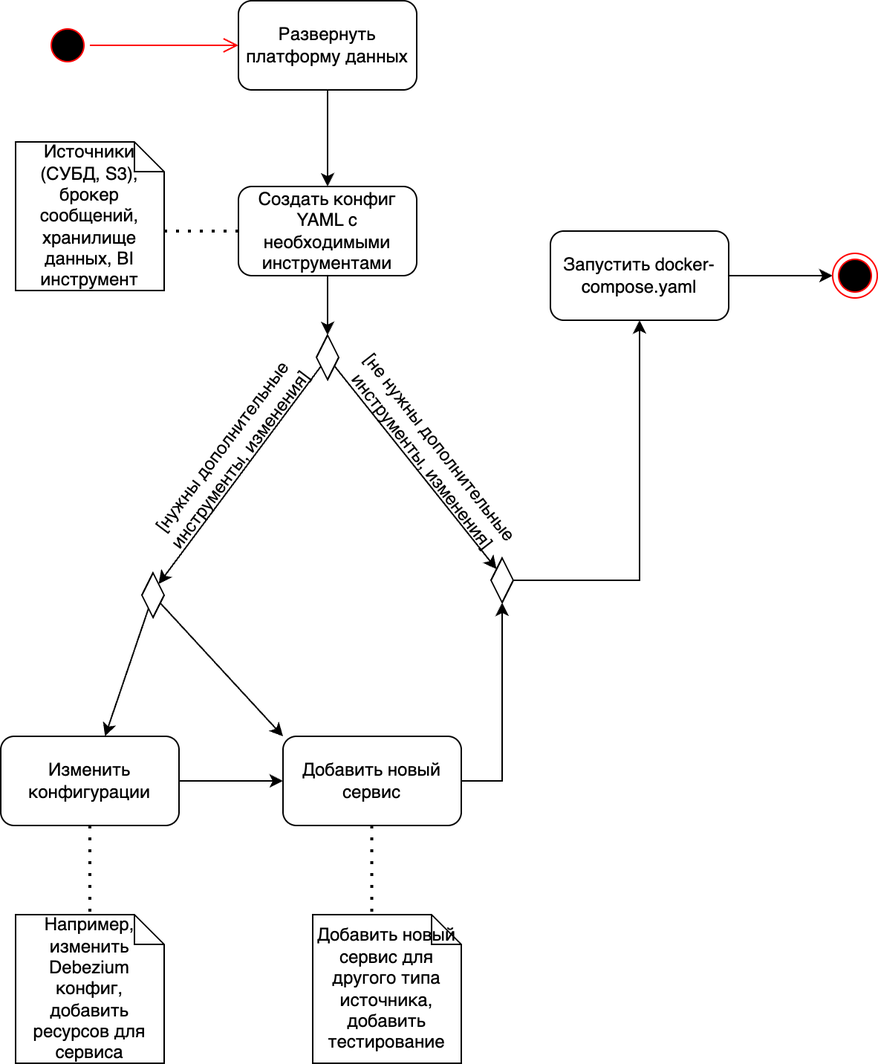
This is my_folder/images/diagram_activity.png from ilssaf/bachelor-diploma, a draw.io export, as it was before one commit. Source tidied: cells renumbered, new cells last; positions are measured from the earlier drawing's top-left corner, leaving out a move shared by most shapes.
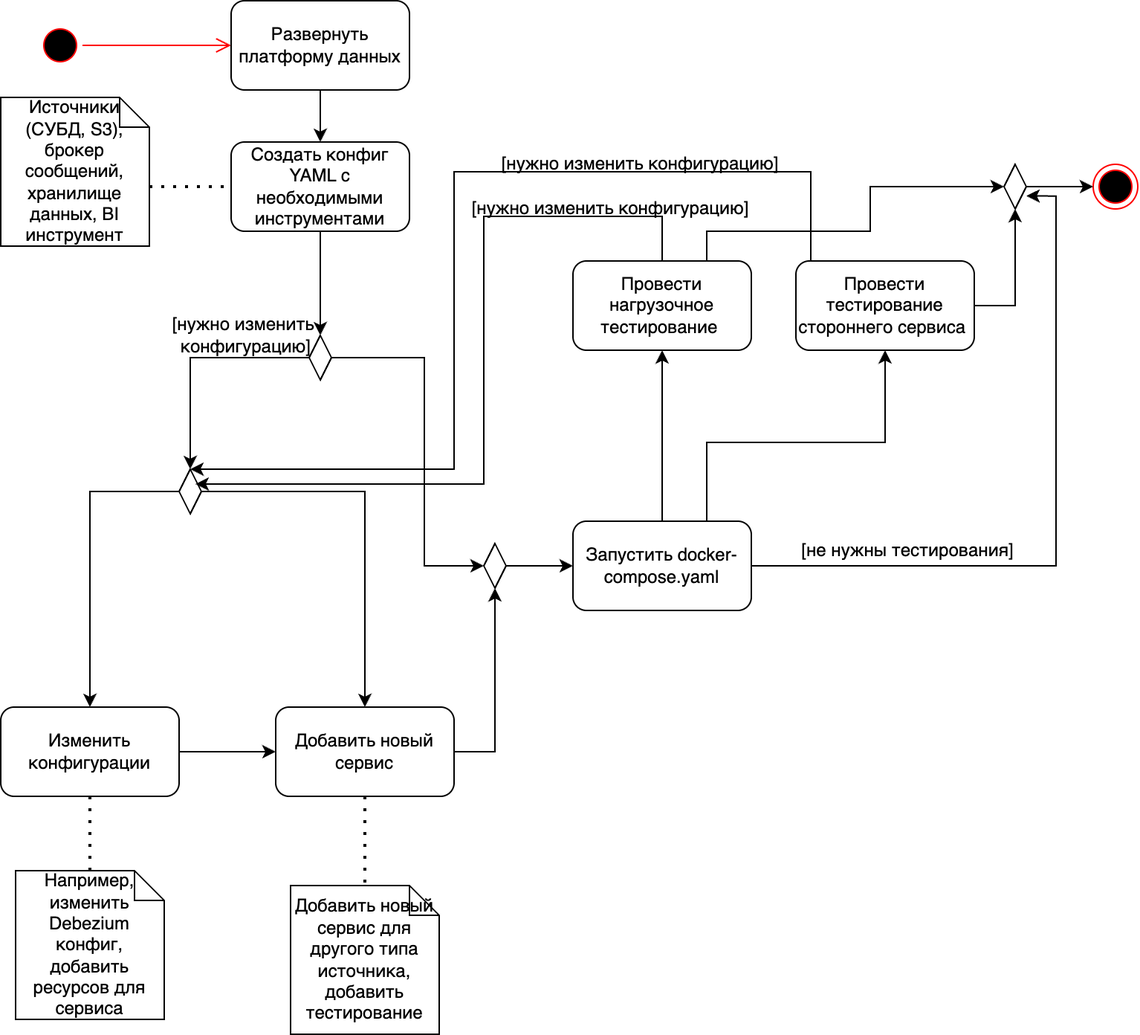
After the commit.

Diff of the diagram source:
```diff
@@ -2,17 +2,18 @@
   <root>
     <mxCell id="0" />
     <mxCell id="1" parent="0" />
+    <mxCell id="31" style="edgeStyle=orthogonalEdgeStyle;rounded=0;jettySize=auto;html=1;entryX=1.006;entryY=0.709;entryDx=0;entryDy=0;entryPerimeter=0;" parent="1" edge="1" source="16" target="42">
+      <mxGeometry relative="1" as="geometry" />
+    </mxCell>
     <mxCell id="2" style="ellipse;html=1;shape=startState;fillColor=#000000;strokeColor=#ff0000;" parent="1" vertex="1">
       <mxGeometry x="30" y="15" width="30" height="30" as="geometry" />
     </mxCell>
     <mxCell id="3" style="edgeStyle=orthogonalEdgeStyle;html=1;verticalAlign=bottom;endArrow=open;endSize=8;strokeColor=#ff0000;rounded=0;entryX=0;entryY=0.5;entryDx=0;entryDy=0;" parent="1" edge="1" source="2" target="5">
       <mxGeometry relative="1" as="geometry" />
     </mxCell>
-    <mxCell id="4" style="edgeStyle=orthogonalEdgeStyle;rounded=0;jettySize=auto;html=1;" parent="1" edge="1" source="5">
-      <mxGeometry relative="1" as="geometry">
-        <mxPoint x="220" y="125" as="targetPoint" />
-      </mxGeometry>
-    </mxCell>
+    <mxCell id="32" style="edgeStyle=orthogonalEdgeStyle;rounded=0;jettySize=auto;html=1;entryX=0.5;entryY=0;entryDx=0;entryDy=0;" parent="1" edge="1" source="5" target="7">
+      <mxGeometry relative="1" as="geometry" />
+    </mxCell>
     <mxCell id="5" value="Развернуть платформу данных" style="rounded=1;whiteSpace=wrap;html=1;" parent="1" vertex="1">
       <mxGeometry x="160" width="120" height="60" as="geometry" />
     </mxCell>
@@ -20,79 +21,139 @@
       <mxGeometry relative="1" as="geometry" />
     </mxCell>
     <mxCell id="7" value="Создать конфиг YAML с необходимыми инструментами" style="rounded=1;whiteSpace=wrap;html=1;" parent="1" vertex="1">
-      <mxGeometry x="160" y="125" width="120" height="60" as="geometry" />
+      <mxGeometry x="160" y="95" width="120" height="60" as="geometry" />
     </mxCell>
     <mxCell id="8" value="Источники (СУБД, S3), брокер сообщений, хранилище данных, BI инструмент" style="shape=note;size=20;whiteSpace=wrap;html=1;" parent="1" vertex="1">
-      <mxGeometry x="10" y="95" width="100" height="100" as="geometry" />
+      <mxGeometry x="5" y="65" width="100" height="100" as="geometry" />
     </mxCell>
     <mxCell id="9" style="endArrow=none;dashed=1;html=1;dashPattern=1 3;strokeWidth=2;rounded=0;exitX=0;exitY=0;exitDx=100;exitDy=60;exitPerimeter=0;entryX=0;entryY=0.5;entryDx=0;entryDy=0;" parent="1" edge="1" source="8" target="7">
       <mxGeometry relative="1" as="geometry" />
     </mxCell>
-    <mxCell id="10" style="rounded=0;jettySize=auto;html=1;entryX=0;entryY=0;entryDx=0;entryDy=0;" parent="1" edge="1" source="12" target="14">
-      <mxGeometry relative="1" as="geometry" />
+    <mxCell id="10" style="rounded=0;jettySize=auto;html=1;entryX=0;entryY=0.5;entryDx=0;entryDy=0;edgeStyle=orthogonalEdgeStyle;" parent="1" edge="1" source="12" target="14">
+      <mxGeometry relative="1" as="geometry">
+        <Array as="points">
+          <mxPoint x="290" y="240" />
+          <mxPoint x="290" y="380" />
+        </Array>
+      </mxGeometry>
     </mxCell>
-    <mxCell id="11" style="rounded=0;jettySize=auto;html=1;entryX=1;entryY=0;entryDx=0;entryDy=0;" parent="1" edge="1" source="12" target="20">
+    <mxCell id="11" style="rounded=0;jettySize=auto;html=1;entryX=0.5;entryY=0;entryDx=0;entryDy=0;edgeStyle=orthogonalEdgeStyle;" parent="1" edge="1" source="12" target="20">
       <mxGeometry relative="1" as="geometry" />
     </mxCell>
     <mxCell id="12" style="rhombus;whiteSpace=wrap;html=1;" parent="1" vertex="1">
       <mxGeometry x="212.5" y="225" width="15" height="30" as="geometry" />
     </mxCell>
-    <mxCell id="13" style="edgeStyle=orthogonalEdgeStyle;rounded=0;jettySize=auto;html=1;entryX=0.5;entryY=1;entryDx=0;entryDy=0;" parent="1" edge="1" source="14" target="16">
+    <mxCell id="13" style="edgeStyle=orthogonalEdgeStyle;rounded=0;jettySize=auto;html=1;entryX=0;entryY=0.5;entryDx=0;entryDy=0;" parent="1" edge="1" source="14" target="16">
       <mxGeometry relative="1" as="geometry" />
     </mxCell>
     <mxCell id="14" style="rhombus;whiteSpace=wrap;html=1;" parent="1" vertex="1">
-      <mxGeometry x="330" y="375" width="15" height="30" as="geometry" />
+      <mxGeometry x="330" y="365" width="15" height="30" as="geometry" />
     </mxCell>
-    <mxCell id="15" style="edgeStyle=orthogonalEdgeStyle;rounded=0;jettySize=auto;html=1;entryX=0;entryY=0.5;entryDx=0;entryDy=0;" parent="1" edge="1" source="16" target="30">
-      <mxGeometry relative="1" as="geometry" />
-    </mxCell>
+    <mxCell id="33" style="edgeStyle=orthogonalEdgeStyle;rounded=0;jettySize=auto;html=1;entryX=0.5;entryY=1;entryDx=0;entryDy=0;" parent="1" edge="1" source="16" target="40">
+      <mxGeometry relative="1" as="geometry" />
+    </mxCell>
+    <mxCell id="34" style="edgeStyle=orthogonalEdgeStyle;rounded=0;jettySize=auto;html=1;entryX=0.5;entryY=1;entryDx=0;entryDy=0;" parent="1" edge="1" source="16" target="37">
+      <mxGeometry relative="1" as="geometry">
+        <Array as="points">
+          <mxPoint x="480" y="297" />
+          <mxPoint x="600" y="297" />
+        </Array>
+      </mxGeometry>
+    </mxCell>
     <mxCell id="16" value="Запустить docker-compose.yaml" style="rounded=1;whiteSpace=wrap;html=1;" parent="1" vertex="1">
-      <mxGeometry x="370" y="155" width="120" height="60" as="geometry" />
+      <mxGeometry x="390" y="350" width="120" height="60" as="geometry" />
     </mxCell>
-    <mxCell id="17" value="[не нужны дополнительные&lt;br&gt;инструменты, изменения]" style="text;html=1;align=center;verticalAlign=middle;strokeColor=none;fillColor=none;rotation=52;" parent="1" vertex="1">
-      <mxGeometry x="200" y="285" width="180" height="40" as="geometry" />
-    </mxCell>
-    <mxCell id="18" style="rounded=0;jettySize=auto;html=1;" parent="1" edge="1" source="20" target="23">
+    <mxCell id="18" style="rounded=0;jettySize=auto;html=1;exitX=0;exitY=0.5;exitDx=0;exitDy=0;edgeStyle=orthogonalEdgeStyle;" parent="1" edge="1" source="20" target="23">
       <mxGeometry relative="1" as="geometry" />
     </mxCell>
-    <mxCell id="19" style="rounded=0;jettySize=auto;html=1;entryX=0;entryY=0;entryDx=0;entryDy=0;" parent="1" edge="1" source="20" target="25">
+    <mxCell id="19" style="rounded=0;jettySize=auto;html=1;entryX=0.5;entryY=0;entryDx=0;entryDy=0;exitX=1;exitY=0.5;exitDx=0;exitDy=0;edgeStyle=orthogonalEdgeStyle;" parent="1" edge="1" source="20" target="25">
       <mxGeometry relative="1" as="geometry" />
     </mxCell>
     <mxCell id="20" style="rhombus;whiteSpace=wrap;html=1;" parent="1" vertex="1">
-      <mxGeometry x="95" y="385" width="15" height="30" as="geometry" />
+      <mxGeometry x="125" y="315" width="15" height="30" as="geometry" />
     </mxCell>
-    <mxCell id="21" value="[нужны дополнительные&lt;br&gt;инструменты, изменения]" style="text;html=1;align=center;verticalAlign=middle;strokeColor=none;fillColor=none;rotation=307;" parent="1" vertex="1">
-      <mxGeometry x="70" y="285" width="170" height="40" as="geometry" />
-    </mxCell>
     <mxCell id="22" style="edgeStyle=orthogonalEdgeStyle;rounded=0;jettySize=auto;html=1;entryX=0;entryY=0.5;entryDx=0;entryDy=0;" parent="1" edge="1" source="23" target="25">
       <mxGeometry relative="1" as="geometry" />
     </mxCell>
     <mxCell id="23" value="Изменить конфигурации" style="rounded=1;whiteSpace=wrap;html=1;" parent="1" vertex="1">
-      <mxGeometry y="495" width="120" height="60" as="geometry" />
+      <mxGeometry x="5" y="475" width="120" height="60" as="geometry" />
     </mxCell>
     <mxCell id="24" style="edgeStyle=orthogonalEdgeStyle;rounded=0;jettySize=auto;html=1;entryX=0.5;entryY=1;entryDx=0;entryDy=0;" parent="1" edge="1" source="25" target="14">
       <mxGeometry relative="1" as="geometry" />
     </mxCell>
     <mxCell id="25" value="Добавить новый сервис" style="rounded=1;whiteSpace=wrap;html=1;" parent="1" vertex="1">
-      <mxGeometry x="190" y="495" width="120" height="60" as="geometry" />
+      <mxGeometry x="190" y="475" width="120" height="60" as="geometry" />
     </mxCell>
     <mxCell id="26" value="Например, изменить Debezium конфиг, добавить ресурсов для сервиса" style="shape=note;size=20;whiteSpace=wrap;html=1;" parent="1" vertex="1">
-      <mxGeometry x="10" y="615" width="100" height="100" as="geometry" />
+      <mxGeometry x="15" y="585" width="100" height="100" as="geometry" />
     </mxCell>
     <mxCell id="27" style="endArrow=none;dashed=1;html=1;dashPattern=1 3;strokeWidth=2;rounded=0;exitX=0.5;exitY=1;exitDx=0;exitDy=0;entryX=0.5;entryY=0;entryDx=0;entryDy=0;entryPerimeter=0;" parent="1" edge="1" source="23" target="26">
       <mxGeometry relative="1" as="geometry" />
     </mxCell>
     <mxCell id="28" value="Добавить новый сервис для другого типа источника, добавить тестирование" style="shape=note;size=20;whiteSpace=wrap;html=1;" parent="1" vertex="1">
-      <mxGeometry x="210" y="615" width="100" height="100" as="geometry" />
+      <mxGeometry x="200" y="595" width="100" height="100" as="geometry" />
     </mxCell>
-    <mxCell id="29" style="endArrow=none;dashed=1;html=1;dashPattern=1 3;strokeWidth=2;rounded=0;exitX=0.5;exitY=1;exitDx=0;exitDy=0;" parent="1" edge="1">
-      <mxGeometry relative="1" as="geometry">
-        <mxPoint x="249.7" y="555" as="sourcePoint" />
-        <mxPoint x="249.7" y="615" as="targetPoint" />
-      </mxGeometry>
-    </mxCell>
     <mxCell id="30" style="ellipse;html=1;shape=endState;fillColor=#000000;strokeColor=#ff0000;" parent="1" vertex="1">
-      <mxGeometry x="560" y="170" width="30" height="30" as="geometry" />
+      <mxGeometry x="740" y="110" width="30" height="30" as="geometry" />
     </mxCell>
+    <mxCell id="35" style="edgeStyle=orthogonalEdgeStyle;rounded=0;jettySize=auto;html=1;entryX=0.5;entryY=0;entryDx=0;entryDy=0;" parent="1" edge="1" source="37" target="20">
+      <mxGeometry relative="1" as="geometry">
+        <Array as="points">
+          <mxPoint x="550" y="115" />
+          <mxPoint x="310" y="115" />
+          <mxPoint x="310" y="315" />
+        </Array>
+      </mxGeometry>
+    </mxCell>
+    <mxCell id="36" style="edgeStyle=orthogonalEdgeStyle;rounded=0;jettySize=auto;html=1;entryX=0.5;entryY=1;entryDx=0;entryDy=0;" parent="1" edge="1" source="37" target="42">
+      <mxGeometry relative="1" as="geometry" />
+    </mxCell>
+    <mxCell id="37" value="Провести тестирование&lt;div&gt;стороннего сервиса&amp;nbsp;&lt;/div&gt;" style="rounded=1;whiteSpace=wrap;html=1;" parent="1" vertex="1">
+      <mxGeometry x="540" y="175" width="120" height="60" as="geometry" />
+    </mxCell>
+    <mxCell id="38" style="edgeStyle=orthogonalEdgeStyle;rounded=0;jettySize=auto;html=1;exitX=0.5;exitY=0;exitDx=0;exitDy=0;" parent="1" edge="1" source="40">
+      <mxGeometry relative="1" as="geometry">
+        <mxPoint x="136" y="325" as="targetPoint" />
+        <Array as="points">
+          <mxPoint x="450" y="145" />
+          <mxPoint x="330" y="145" />
+          <mxPoint x="330" y="325" />
+          <mxPoint x="136" y="325" />
+        </Array>
+      </mxGeometry>
+    </mxCell>
+    <mxCell id="39" style="edgeStyle=orthogonalEdgeStyle;rounded=0;jettySize=auto;html=1;entryX=0;entryY=0.5;entryDx=0;entryDy=0;exitX=0.75;exitY=0;exitDx=0;exitDy=0;" parent="1" edge="1" source="40" target="42">
+      <mxGeometry relative="1" as="geometry">
+        <Array as="points">
+          <mxPoint x="480" y="155" />
+          <mxPoint x="590" y="155" />
+          <mxPoint x="590" y="125" />
+        </Array>
+      </mxGeometry>
+    </mxCell>
+    <mxCell id="40" value="Провести нагрузочное тестирование&amp;nbsp;" style="rounded=1;whiteSpace=wrap;html=1;" parent="1" vertex="1">
+      <mxGeometry x="390" y="175" width="120" height="60" as="geometry" />
+    </mxCell>
+    <mxCell id="41" style="edgeStyle=orthogonalEdgeStyle;rounded=0;jettySize=auto;html=1;entryX=0;entryY=0.5;entryDx=0;entryDy=0;" parent="1" edge="1" source="42" target="30">
+      <mxGeometry relative="1" as="geometry" />
+    </mxCell>
+    <mxCell id="42" style="rhombus;whiteSpace=wrap;html=1;" parent="1" vertex="1">
+      <mxGeometry x="680" y="110" width="15" height="30" as="geometry" />
+    </mxCell>
+    <mxCell id="43" value="[нужно изменить конфигурацию]" style="text;html=1;align=center;verticalAlign=middle;strokeColor=none;fillColor=none;" parent="1" vertex="1">
+      <mxGeometry x="330" y="95" width="210" height="30" as="geometry" />
+    </mxCell>
+    <mxCell id="44" value="[нужно изменить конфигурацию]" style="text;html=1;align=center;verticalAlign=middle;strokeColor=none;fillColor=none;" parent="1" vertex="1">
+      <mxGeometry x="310" y="125" width="210" height="30" as="geometry" />
+    </mxCell>
+    <mxCell id="45" value="[нужно изменить&lt;div&gt;&amp;nbsp;конфигурацию]&lt;/div&gt;" style="text;html=1;align=center;verticalAlign=middle;strokeColor=none;fillColor=none;" parent="1" vertex="1">
+      <mxGeometry x="107.5" y="205" width="120" height="40" as="geometry" />
+    </mxCell>
+    <mxCell id="46" style="endArrow=none;dashed=1;html=1;dashPattern=1 3;strokeWidth=2;rounded=0;exitX=0.5;exitY=1;exitDx=0;exitDy=0;entryX=0.5;entryY=0;entryDx=0;entryDy=0;entryPerimeter=0;" parent="1" edge="1" source="25" target="28">
+      <mxGeometry relative="1" as="geometry" />
+    </mxCell>
+    <mxCell id="47" value="[не нужны тестирования]" style="text;html=1;align=center;verticalAlign=middle;strokeColor=none;fillColor=none;" parent="1" vertex="1">
+      <mxGeometry x="530" y="355" width="170" height="30" as="geometry" />
+    </mxCell>
   </root>
 </mxGraphModel>
```
